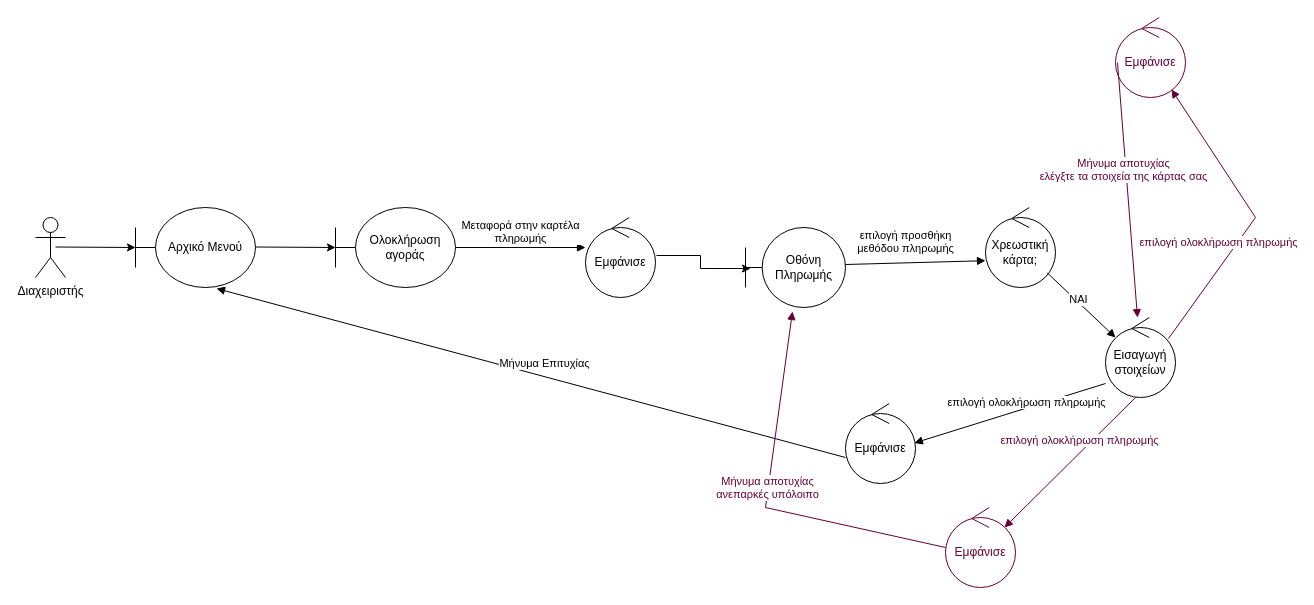
Above: spetz/paradoteo4/add_playment_method.drawio in Pspetz/Organthlon (draw.io), before the change. Source tidied: cells renumbered, new cells numbered last; positions are measured from the earlier drawing's top-left corner, leaving out a move shared by most shapes. Both pictures are drawn from the tidied source at 100%, with x=0, y=0 at pixel (35, 17).
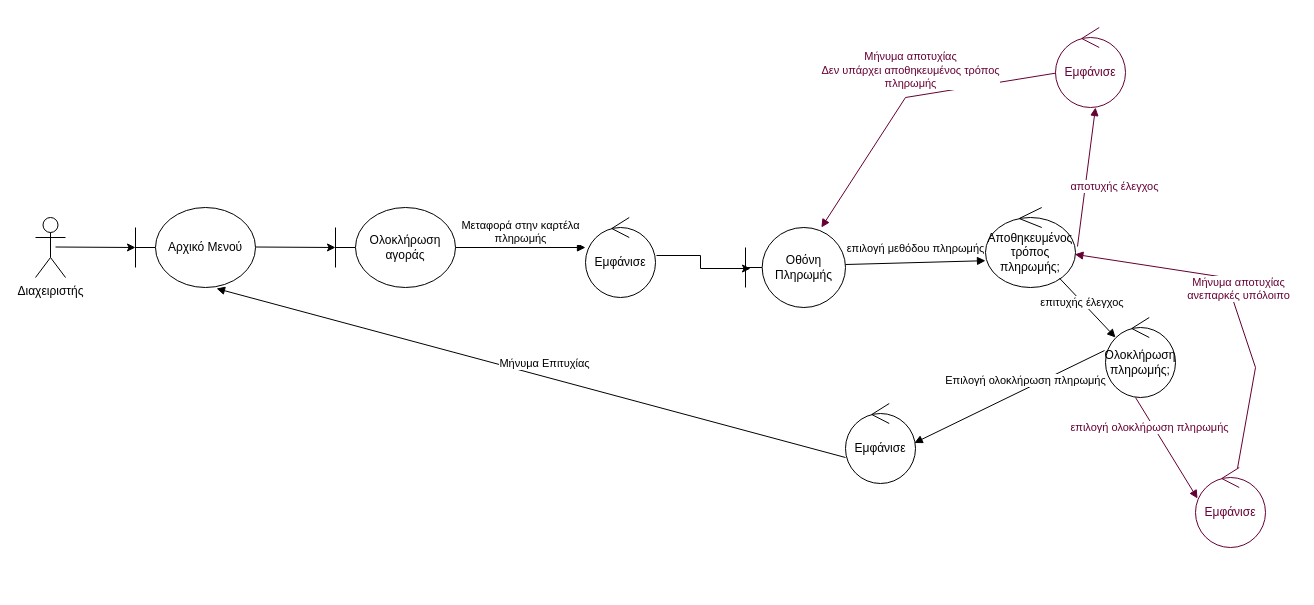
After the change.

The change refers to these unchanged cells:
```xml
<mxCell id="8" value="Οθόνη Πληρωμής" style="shape=umlBoundary;whiteSpace=wrap;html=1;" parent="1" vertex="1">
  <mxGeometry x="710" y="210" width="100" height="80" as="geometry" />
</mxCell>
```

The edit, as a diff of the source:
```diff
@@
-    <mxCell id="9" value="επιλογή προσθήκη &lt;br&gt;μεθόδου πληρωμής" style="html=1;verticalAlign=bottom;endArrow=block;rounded=0;" parent="1" edge="1">
-      <mxGeometry x="-0.14" y="5" relative="1" as="geometry">
+    <mxCell id="9" value="επιλογή μεθόδου πληρωμής" style="html=1;verticalAlign=bottom;endArrow=block;rounded=0;" parent="1" edge="1">
+      <mxGeometry y="5" relative="1" as="geometry">
         <mxPoint x="810" y="247" as="sourcePoint" />
         <mxPoint x="950" y="243.2" as="targetPoint" />
       </mxGeometry>
     </mxCell>
-    <mxCell id="10" value="Χρεωστική κάρτα;" style="ellipse;shape=umlControl;whiteSpace=wrap;html=1;" parent="1" vertex="1">
-      <mxGeometry x="950" y="190" width="70" height="80" as="geometry" />
+    <mxCell id="10" value="Αποθηκευμένος τρόπος πληρωμής;" style="ellipse;shape=umlControl;whiteSpace=wrap;html=1;" parent="1" vertex="1">
+      <mxGeometry x="950" y="190" width="90" height="80" as="geometry" />
     </mxCell>
-    <mxCell id="11" value="ΝΑΙ" style="html=1;verticalAlign=bottom;endArrow=block;rounded=0;" parent="1" edge="1" source="10">
+    <mxCell id="11" value="επιτυχής έλεγχος&amp;nbsp;" style="html=1;verticalAlign=bottom;endArrow=block;rounded=0;" parent="1" edge="1" source="10">
       <mxGeometry y="-5" relative="1" as="geometry">
         <mxPoint x="1080" y="320" as="targetPoint" />
       </mxGeometry>
     </mxCell>
-    <mxCell id="12" value="Εισαγωγή στοιχείων" style="ellipse;shape=umlControl;whiteSpace=wrap;html=1;" parent="1" vertex="1">
+    <mxCell id="12" value="Ολοκλήρωση πληρωμής;" style="ellipse;shape=umlControl;whiteSpace=wrap;html=1;" parent="1" vertex="1">
       <mxGeometry x="1070" y="300" width="70" height="80" as="geometry" />
     </mxCell>
-    <mxCell id="13" style="html=1;verticalAlign=bottom;endArrow=block;rounded=0;" parent="1" edge="1">
+    <mxCell id="13" style="html=1;verticalAlign=bottom;endArrow=block;rounded=0;exitX=-0.014;exitY=0.413;exitDx=0;exitDy=0;exitPerimeter=0;" parent="1" edge="1" source="12">
       <mxGeometry x="0.06" y="-3" relative="1" as="geometry">
-        <mxPoint x="1070" y="366" as="sourcePoint" />
         <mxPoint x="878.8" y="425.5" as="targetPoint" />
       </mxGeometry>
     </mxCell>
-    <mxCell id="14" value="επιλογή ολοκλήρωση πληρωμής" style="edgeLabel;html=1;align=center;verticalAlign=middle;" parent="13" vertex="1">
+    <mxCell id="14" value="Επιλογή ολοκλήρωση πληρωμής" style="edgeLabel;html=1;align=center;verticalAlign=middle;" parent="13" vertex="1">
       <mxGeometry x="-0.28" y="3" relative="1" as="geometry">
         <mxPoint x="-12" y="-6" as="offset" />
       </mxGeometry>
     </mxCell>
@@
     <mxCell id="19" value="Εμφάνισε" style="ellipse;shape=umlControl;whiteSpace=wrap;html=1;strokeColor=#660033;fontColor=#660033;" parent="1" vertex="1">
-      <mxGeometry x="910" y="490" width="70" height="80" as="geometry" />
+      <mxGeometry x="1160" y="450" width="70" height="80" as="geometry" />
     </mxCell>
-    <mxCell id="20" style="html=1;verticalAlign=bottom;endArrow=block;rounded=0;exitX=0.429;exitY=1;exitDx=0;exitDy=0;exitPerimeter=0;entryX=0.843;entryY=0.25;entryDx=0;entryDy=0;entryPerimeter=0;strokeColor=#660033;" parent="1" edge="1" source="12" target="19">
+    <mxCell id="20" style="html=1;verticalAlign=bottom;endArrow=block;rounded=0;exitX=0.429;exitY=1;exitDx=0;exitDy=0;exitPerimeter=0;entryX=0.029;entryY=0.388;entryDx=0;entryDy=0;entryPerimeter=0;strokeColor=#660033;" parent="1" edge="1" source="12" target="19">
       <mxGeometry x="0.06" y="-3" relative="1" as="geometry" />
     </mxCell>
@@
-    <mxCell id="22" value="Μήνυμα αποτυχίας&lt;br&gt;ανεπαρκές υπόλοιπο" style="html=1;verticalAlign=bottom;endArrow=block;rounded=0;fontColor=#660033;strokeColor=#660033;exitX=0.014;exitY=0.75;exitDx=0;exitDy=0;exitPerimeter=0;entryX=0.47;entryY=1.05;entryDx=0;entryDy=0;entryPerimeter=0;" parent="1" edge="1" target="8">
+    <mxCell id="22" value="Μήνυμα αποτυχίας&lt;br&gt;ανεπαρκές υπόλοιπο" style="html=1;verticalAlign=bottom;endArrow=block;rounded=0;fontColor=#660033;strokeColor=#660033;" parent="1" edge="1" source="19" target="10">
       <mxGeometry x="-0.04" y="-4" relative="1" as="geometry">
-        <mxPoint x="910" y="530" as="sourcePoint" />
         <Array as="points">
-          <mxPoint x="730" y="490" />
+          <mxPoint x="1220" y="350" />
+          <mxPoint x="1190" y="260" />
         </Array>
       </mxGeometry>
     </mxCell>
-    <mxCell id="23" style="html=1;verticalAlign=bottom;endArrow=block;rounded=0;exitX=0.9;exitY=0.263;exitDx=0;exitDy=0;exitPerimeter=0;strokeColor=#660033;" parent="1" edge="1" source="12" target="25">
-      <mxGeometry x="0.06" y="-3" relative="1" as="geometry">
-        <Array as="points">
-          <mxPoint x="1220" y="200" />
-        </Array>
-      </mxGeometry>
-    </mxCell>
-    <mxCell id="24" value="επιλογή ολοκλήρωση πληρωμής" style="edgeLabel;html=1;align=center;verticalAlign=middle;fontColor=#660033;" parent="23" vertex="1">
-      <mxGeometry x="-0.28" y="3" relative="1" as="geometry">
-        <mxPoint x="-12" y="-6" as="offset" />
-      </mxGeometry>
-    </mxCell>
+    <mxCell id="27" style="html=1;verticalAlign=bottom;endArrow=block;rounded=0;strokeColor=#660033;exitX=1.022;exitY=0.488;exitDx=0;exitDy=0;exitPerimeter=0;" parent="1" edge="1" source="10">
+      <mxGeometry x="0.06" y="-3" relative="1" as="geometry">
+        <mxPoint x="1060" y="90" as="targetPoint" />
+      </mxGeometry>
+    </mxCell>
+    <mxCell id="28" value="αποτυχής έλεγχος" style="edgeLabel;html=1;align=center;verticalAlign=middle;fontColor=#660033;" parent="27" vertex="1">
+      <mxGeometry x="-0.28" y="3" relative="1" as="geometry">
+        <mxPoint x="33" y="-11" as="offset" />
+      </mxGeometry>
+    </mxCell>
     <mxCell id="25" value="Εμφάνισε" style="ellipse;shape=umlControl;whiteSpace=wrap;html=1;strokeColor=#660033;fontColor=#660033;" parent="1" vertex="1">
-      <mxGeometry x="1080" width="70" height="80" as="geometry" />
+      <mxGeometry x="1020" y="10" width="70" height="80" as="geometry" />
     </mxCell>
-    <mxCell id="26" value="Μήνυμα αποτυχίας&lt;br&gt;ελέγξτε τα στοιχεία της κάρτας σας" style="html=1;verticalAlign=bottom;endArrow=block;rounded=0;fontColor=#660033;strokeColor=#660033;exitX=0.029;exitY=0.563;exitDx=0;exitDy=0;exitPerimeter=0;" parent="1" edge="1" source="25" target="12">
-      <mxGeometry x="-0.04" y="-4" relative="1" as="geometry" />
-    </mxCell>
+    <mxCell id="29" value="Μήνυμα αποτυχίας&lt;br&gt;Δεν υπάρχει αποθηκευμένος τρόπος&lt;br&gt;πληρωμής" style="html=1;verticalAlign=bottom;endArrow=block;rounded=0;fontColor=#660033;strokeColor=#660033;" parent="1" edge="1" source="25" target="8">
+      <mxGeometry x="-0.04" y="-4" relative="1" as="geometry">
+        <Array as="points">
+          <mxPoint x="870" y="80" />
+        </Array>
+      </mxGeometry>
+    </mxCell>
```
